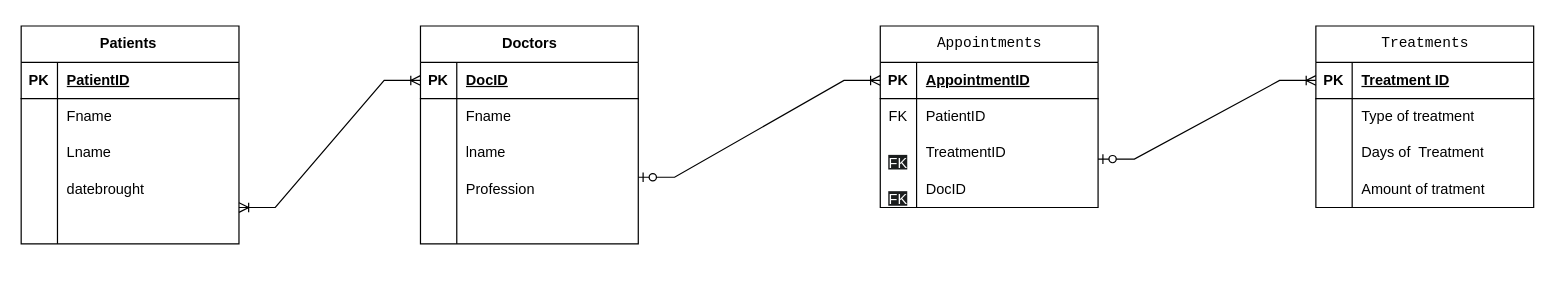
Before: Untitled Diagram.drawio in jorge-102025/ERD, a draw.io diagram. Source tidied: cells renumbered, new cells numbered last; positions are measured from the earlier drawing's top-left corner, leaving out a move shared by most shapes. Both pictures are drawn from the tidied source at 121%, with x=0, y=0 at pixel (21, 25).
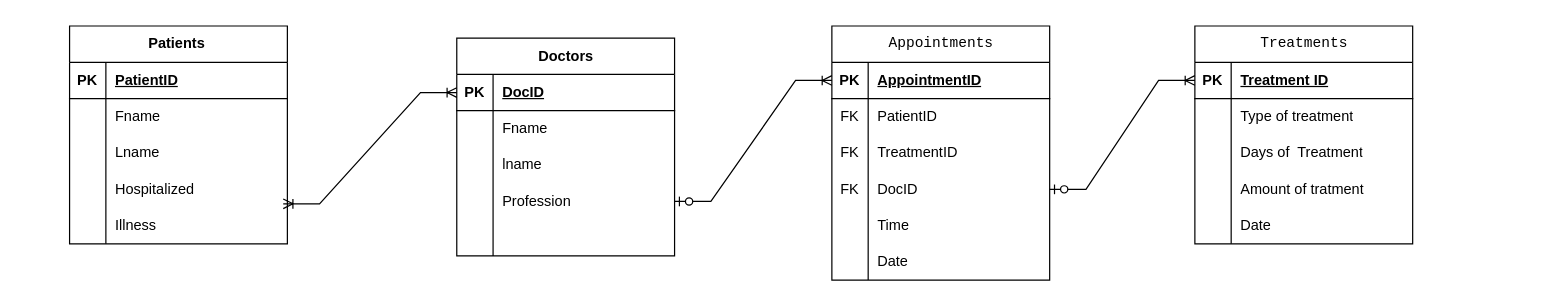
The same diagram, later.

Unchanged cells that the change refers to:
```xml
<mxCell id="3" style="shape=tableRow;horizontal=0;startSize=0;swimlaneHead=0;swimlaneBody=0;fillColor=none;points=[[0,0.5],[1,0.5]];portConstraint=eastwest;top=0;left=0;right=0;bottom=1;" parent="2" vertex="1">
  <mxGeometry y="30" width="180" height="30" as="geometry" />
</mxCell>
<mxCell id="12" style="shape=tableRow;horizontal=0;startSize=0;swimlaneHead=0;swimlaneBody=0;fillColor=none;points=[[0,0.5],[1,0.5]];portConstraint=eastwest;top=0;left=0;right=0;bottom=0;" parent="2" vertex="1">
  <mxGeometry y="120" width="180" height="30" as="geometry" />
</mxCell>
<mxCell id="28" style="shape=tableRow;horizontal=0;startSize=0;swimlaneHead=0;swimlaneBody=0;fillColor=none;top=0;left=0;right=0;bottom=0;" parent="18" vertex="1">
  <mxGeometry y="120" width="180" height="30" as="geometry" />
</mxCell>
<mxCell id="31" style="shape=tableRow;horizontal=0;startSize=0;swimlaneHead=0;swimlaneBody=0;fillColor=none;points=[[0,0.5],[1,0.5]];portConstraint=eastwest;top=0;left=0;right=0;bottom=0;" parent="18" vertex="1">
  <mxGeometry y="150" width="180" height="30" as="geometry" />
</mxCell>
<mxCell id="35" style="shape=tableRow;horizontal=0;startSize=0;swimlaneHead=0;swimlaneBody=0;fillColor=none;points=[[0,0.5],[1,0.5]];portConstraint=eastwest;top=0;left=0;right=0;bottom=1;" parent="34" vertex="1">
  <mxGeometry y="30" width="180" height="30" as="geometry" />
</mxCell>
<mxCell id="41" style="shape=tableRow;horizontal=0;startSize=0;swimlaneHead=0;swimlaneBody=0;fillColor=none;top=0;left=0;right=0;bottom=0;" parent="34" vertex="1">
  <mxGeometry y="90" width="180" height="30" as="geometry" />
</mxCell>
<mxCell id="44" style="shape=tableRow;horizontal=0;startSize=0;swimlaneHead=0;swimlaneBody=0;fillColor=none;points=[[0,0.5],[1,0.5]];portConstraint=eastwest;top=0;left=0;right=0;bottom=0;" parent="34" vertex="1">
  <mxGeometry y="120" width="180" height="30" as="geometry" />
</mxCell>
<mxCell id="48" style="shape=tableRow;horizontal=0;startSize=0;swimlaneHead=0;swimlaneBody=0;fillColor=none;points=[[0,0.5],[1,0.5]];portConstraint=eastwest;top=0;left=0;right=0;bottom=1;" parent="47" vertex="1">
  <mxGeometry y="30" width="180" height="30" as="geometry" />
</mxCell>
```

What changed in the source:
```diff
@@
     <mxCell id="2" value="Doctors" style="shape=table;startSize=30;childLayout=tableLayout;rowLines=0;fontStyle=1;align=center;html=1;" parent="1" vertex="1">
-      <mxGeometry x="330" width="180" height="180" as="geometry" />
+      <mxGeometry x="360" y="10" width="180" height="180" as="geometry" />
     </mxCell>
@@
     <mxCell id="18" value="Patients&amp;nbsp;" style="shape=table;startSize=30;childLayout=tableLayout;rowLines=0;fontStyle=1;align=center;html=1;" parent="1" vertex="1">
-      <mxGeometry width="180" height="180" as="geometry" />
+      <mxGeometry x="40" width="180" height="180" as="geometry" />
     </mxCell>
@@
-    <mxCell id="30" value="datebrought" style="shape=partialRectangle;fillColor=none;top=0;left=0;bottom=0;right=0;align=left;spacingLeft=6;overflow=hidden;whiteSpace=wrap;html=1;" parent="28" vertex="1">
+    <mxCell id="30" value="Hospitalized" style="shape=partialRectangle;fillColor=none;top=0;left=0;bottom=0;right=0;align=left;spacingLeft=6;overflow=hidden;whiteSpace=wrap;html=1;" parent="28" vertex="1">
       <mxGeometry x="30" width="150" height="30" as="geometry" />
     </mxCell>
@@
-    <mxCell id="33" style="shape=partialRectangle;fillColor=none;top=0;left=0;bottom=0;right=0;align=left;spacingLeft=6;overflow=hidden;whiteSpace=wrap;html=1;" parent="31" vertex="1">
+    <mxCell id="33" value="Illness" style="shape=partialRectangle;fillColor=none;top=0;left=0;bottom=0;right=0;align=left;spacingLeft=6;overflow=hidden;whiteSpace=wrap;html=1;" parent="31" vertex="1">
       <mxGeometry x="30" width="150" height="30" as="geometry" />
     </mxCell>
     <mxCell id="34" value="&lt;pre style=&quot;font-weight: 400; text-align: start; overflow-wrap: break-word; text-wrap-mode: wrap;&quot;&gt;Appointments&lt;/pre&gt;" style="shape=table;startSize=30;childLayout=tableLayout;rowLines=0;fontStyle=1;align=center;html=1;" parent="1" vertex="1">
-      <mxGeometry x="710" width="180" height="150" as="geometry" />
+      <mxGeometry x="670" width="180" height="210" as="geometry" />
     </mxCell>
@@
-    <mxCell id="42" value="&#10;&lt;span style=&quot;color: rgb(255, 255, 255); font-family: Helvetica; font-size: 12px; font-style: normal; font-variant-ligatures: normal; font-variant-caps: normal; font-weight: 400; letter-spacing: normal; orphans: 2; text-align: center; text-indent: 0px; text-transform: none; widows: 2; word-spacing: 0px; -webkit-text-stroke-width: 0px; white-space: normal; background-color: rgb(27, 29, 30); text-decoration-thickness: initial; text-decoration-style: initial; text-decoration-color: initial; display: inline !important; float: none;&quot;&gt;FK&lt;/span&gt;&#10;&#10;" style="shape=partialRectangle;fillColor=none;top=0;left=0;bottom=0;right=0;overflow=hidden;whiteSpace=wrap;html=1;" parent="41" vertex="1">
+    <mxCell id="42" value="FK" style="shape=partialRectangle;fillColor=none;top=0;left=0;bottom=0;right=0;overflow=hidden;whiteSpace=wrap;html=1;" parent="41" vertex="1">
       <mxGeometry width="30" height="30" as="geometry" />
     </mxCell>
@@
-    <mxCell id="45" value="&#10;&lt;span style=&quot;color: rgb(255, 255, 255); font-family: Helvetica; font-size: 12px; font-style: normal; font-variant-ligatures: normal; font-variant-caps: normal; font-weight: 400; letter-spacing: normal; orphans: 2; text-align: center; text-indent: 0px; text-transform: none; widows: 2; word-spacing: 0px; -webkit-text-stroke-width: 0px; white-space: normal; background-color: rgb(27, 29, 30); text-decoration-thickness: initial; text-decoration-style: initial; text-decoration-color: initial; display: inline !important; float: none;&quot;&gt;FK&lt;/span&gt;&#10;&#10;" style="shape=partialRectangle;fillColor=none;top=0;left=0;bottom=0;right=0;overflow=hidden;whiteSpace=wrap;html=1;" parent="44" vertex="1">
+    <mxCell id="45" value="FK" style="shape=partialRectangle;fillColor=none;top=0;left=0;bottom=0;right=0;overflow=hidden;whiteSpace=wrap;html=1;" parent="44" vertex="1">
       <mxGeometry width="30" height="30" as="geometry" />
     </mxCell>
@@
+    <mxCell id="63" style="shape=tableRow;horizontal=0;startSize=0;swimlaneHead=0;swimlaneBody=0;fillColor=none;top=0;left=0;right=0;bottom=0;" parent="34" vertex="1">
+      <mxGeometry y="150" width="180" height="30" as="geometry" />
+    </mxCell>
+    <mxCell id="64" style="shape=partialRectangle;fillColor=none;top=0;left=0;bottom=0;right=0;overflow=hidden;whiteSpace=wrap;html=1;" parent="63" vertex="1">
+      <mxGeometry width="30" height="30" as="geometry" />
+    </mxCell>
+    <mxCell id="65" value="Time" style="shape=partialRectangle;fillColor=none;top=0;left=0;bottom=0;right=0;align=left;spacingLeft=6;overflow=hidden;whiteSpace=wrap;html=1;" parent="63" vertex="1">
+      <mxGeometry x="30" width="150" height="30" as="geometry" />
+    </mxCell>
+    <mxCell id="66" style="shape=tableRow;horizontal=0;startSize=0;swimlaneHead=0;swimlaneBody=0;fillColor=none;top=0;left=0;right=0;bottom=0;" parent="34" vertex="1">
+      <mxGeometry y="180" width="180" height="30" as="geometry" />
+    </mxCell>
+    <mxCell id="67" style="shape=partialRectangle;fillColor=none;top=0;left=0;bottom=0;right=0;overflow=hidden;whiteSpace=wrap;html=1;" parent="66" vertex="1">
+      <mxGeometry width="30" height="30" as="geometry" />
+    </mxCell>
+    <mxCell id="68" value="Date" style="shape=partialRectangle;fillColor=none;top=0;left=0;bottom=0;right=0;align=left;spacingLeft=6;overflow=hidden;whiteSpace=wrap;html=1;" parent="66" vertex="1">
+      <mxGeometry x="30" width="150" height="30" as="geometry" />
+    </mxCell>
     <mxCell id="47" value="&lt;pre style=&quot;font-weight: 400; text-align: start; overflow-wrap: break-word; text-wrap-mode: wrap;&quot;&gt;Treatments&lt;/pre&gt;" style="shape=table;startSize=30;childLayout=tableLayout;rowLines=0;fontStyle=1;align=center;html=1;" parent="1" vertex="1">
-      <mxGeometry x="1070" width="180" height="150" as="geometry" />
+      <mxGeometry x="970" width="180" height="180" as="geometry" />
     </mxCell>
@@
+    <mxCell id="69" style="shape=tableRow;horizontal=0;startSize=0;swimlaneHead=0;swimlaneBody=0;fillColor=none;top=0;left=0;right=0;bottom=0;" parent="47" vertex="1">
+      <mxGeometry y="150" width="180" height="30" as="geometry" />
+    </mxCell>
+    <mxCell id="70" style="shape=partialRectangle;fillColor=none;top=0;left=0;bottom=0;right=0;overflow=hidden;whiteSpace=wrap;html=1;" parent="69" vertex="1">
+      <mxGeometry width="30" height="30" as="geometry" />
+    </mxCell>
+    <mxCell id="71" value="Date" style="shape=partialRectangle;fillColor=none;top=0;left=0;bottom=0;right=0;align=left;spacingLeft=6;overflow=hidden;whiteSpace=wrap;html=1;" parent="69" vertex="1">
+      <mxGeometry x="30" width="150" height="30" as="geometry" />
+    </mxCell>
-    <mxCell id="60" style="edgeStyle=entityRelationEdgeStyle;fontSize=12;html=1;endArrow=ERoneToMany;startArrow=ERoneToMany;rounded=0;entryX=0;entryY=0.5;entryDx=0;entryDy=0;" parent="1" edge="1" target="3">
-      <mxGeometry relative="1" as="geometry">
-        <mxPoint x="180" y="150" as="sourcePoint" />
-      </mxGeometry>
+    <mxCell id="60" style="edgeStyle=entityRelationEdgeStyle;fontSize=12;html=1;endArrow=ERoneToMany;startArrow=ERoneToMany;rounded=0;entryX=0;entryY=0.5;entryDx=0;entryDy=0;exitX=0.981;exitY=-0.102;exitDx=0;exitDy=0;exitPerimeter=0;" parent="1" edge="1" source="31" target="3">
+      <mxGeometry relative="1" as="geometry" />
     </mxCell>
-    <mxCell id="61" style="edgeStyle=entityRelationEdgeStyle;fontSize=12;html=1;endArrow=ERoneToMany;startArrow=ERzeroToOne;rounded=0;entryX=0;entryY=0.5;entryDx=0;entryDy=0;" parent="1" edge="1" target="35">
-      <mxGeometry relative="1" as="geometry">
-        <mxPoint x="510" y="125" as="sourcePoint" />
-      </mxGeometry>
+    <mxCell id="61" style="edgeStyle=entityRelationEdgeStyle;fontSize=12;html=1;endArrow=ERoneToMany;startArrow=ERzeroToOne;rounded=0;entryX=0;entryY=0.5;entryDx=0;entryDy=0;exitX=1;exitY=0.5;exitDx=0;exitDy=0;" parent="1" edge="1" source="12" target="35">
+      <mxGeometry relative="1" as="geometry" />
     </mxCell>
-    <mxCell id="62" style="edgeStyle=entityRelationEdgeStyle;fontSize=12;html=1;endArrow=ERoneToMany;startArrow=ERzeroToOne;rounded=0;entryX=0;entryY=0.5;entryDx=0;entryDy=0;" parent="1" edge="1" target="48">
-      <mxGeometry relative="1" as="geometry">
-        <mxPoint x="890" y="110" as="sourcePoint" />
-      </mxGeometry>
+    <mxCell id="62" style="edgeStyle=entityRelationEdgeStyle;fontSize=12;html=1;endArrow=ERoneToMany;startArrow=ERzeroToOne;rounded=0;entryX=0;entryY=0.5;entryDx=0;entryDy=0;exitX=1;exitY=0.5;exitDx=0;exitDy=0;" parent="1" edge="1" source="44" target="48">
+      <mxGeometry relative="1" as="geometry" />
     </mxCell>
```
